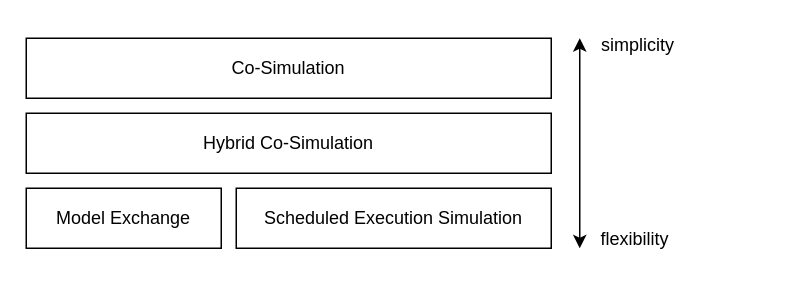
The draw.io diagram docs/images/fmi-types-overview.drawio in modelica/fmi-standard, before the edit. Source tidied: cells renumbered, new cells numbered last; positions are measured from the earlier drawing's top-left corner, leaving out a move shared by most shapes. Both pictures are drawn from the tidied source at 150%, with x=0, y=0 at pixel (26, 30).
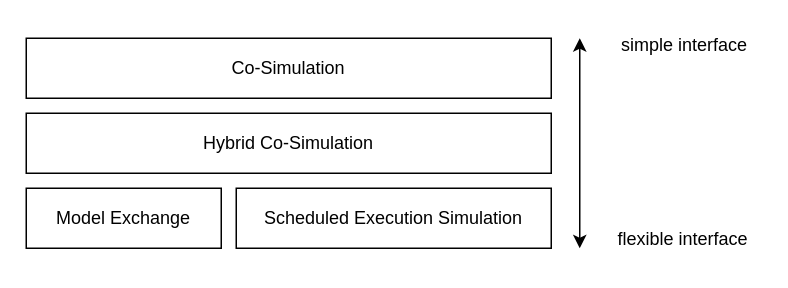
Above is the later version.

Commit message (it also covers changes not shown here):
change text in overiew image from simple to simple interface and from flexible to flexible interface

Change to the diagram source:
```diff
@@
 <mxGraphModel>
   <root>
     <mxCell id="0" />
     <mxCell id="1" parent="0" />
     <mxCell id="2" value="&lt;span style=&quot;white-space: normal&quot;&gt;Co-Simulation&lt;/span&gt;" style="rounded=0;whiteSpace=wrap;html=1;align=center;" parent="1" vertex="1">
       <mxGeometry y="5" width="350" height="40" as="geometry" />
     </mxCell>
     <mxCell id="3" value="&lt;span style=&quot;white-space: normal&quot;&gt;Hybrid Co-Simulation&lt;/span&gt;" style="rounded=0;whiteSpace=wrap;html=1;" parent="1" vertex="1">
       <mxGeometry y="55" width="350" height="40" as="geometry" />
     </mxCell>
     <mxCell id="4" value="Model Exchange" style="rounded=0;whiteSpace=wrap;html=1;" parent="1" vertex="1">
       <mxGeometry y="105" width="130" height="40" as="geometry" />
     </mxCell>
     <mxCell id="5" value="Scheduled Execution Simulation" style="rounded=0;whiteSpace=wrap;html=1;" parent="1" vertex="1">
       <mxGeometry x="140" y="105" width="210" height="40" as="geometry" />
     </mxCell>
     <mxCell id="6" style="endArrow=classic;startArrow=classic;html=1;" parent="1" edge="1">
       <mxGeometry relative="1" as="geometry">
         <mxPoint x="369" y="145" as="sourcePoint" />
         <mxPoint x="369" y="5" as="targetPoint" />
       </mxGeometry>
     </mxCell>
-    <mxCell id="7" value="simplicity" style="text;html=1;strokeColor=none;fillColor=none;align=center;verticalAlign=middle;whiteSpace=wrap;rounded=0;" parent="1" vertex="1">
-      <mxGeometry x="388" width="40" height="20" as="geometry" />
+    <mxCell id="7" value="simple interface" style="text;html=1;strokeColor=none;fillColor=none;align=center;verticalAlign=middle;whiteSpace=wrap;rounded=0;" parent="1" vertex="1">
+      <mxGeometry x="388" width="102" height="20" as="geometry" />
     </mxCell>
-    <mxCell id="8" value="flexibility" style="text;html=1;strokeColor=none;fillColor=none;align=center;verticalAlign=middle;whiteSpace=wrap;rounded=0;" parent="1" vertex="1">
-      <mxGeometry x="386" y="129" width="40" height="20" as="geometry" />
+    <mxCell id="8" value="flexible interface" style="text;html=1;strokeColor=none;fillColor=none;align=center;verticalAlign=middle;whiteSpace=wrap;rounded=0;" parent="1" vertex="1">
+      <mxGeometry x="386" y="129" width="104" height="20" as="geometry" />
     </mxCell>
   </root>
 </mxGraphModel>
```
